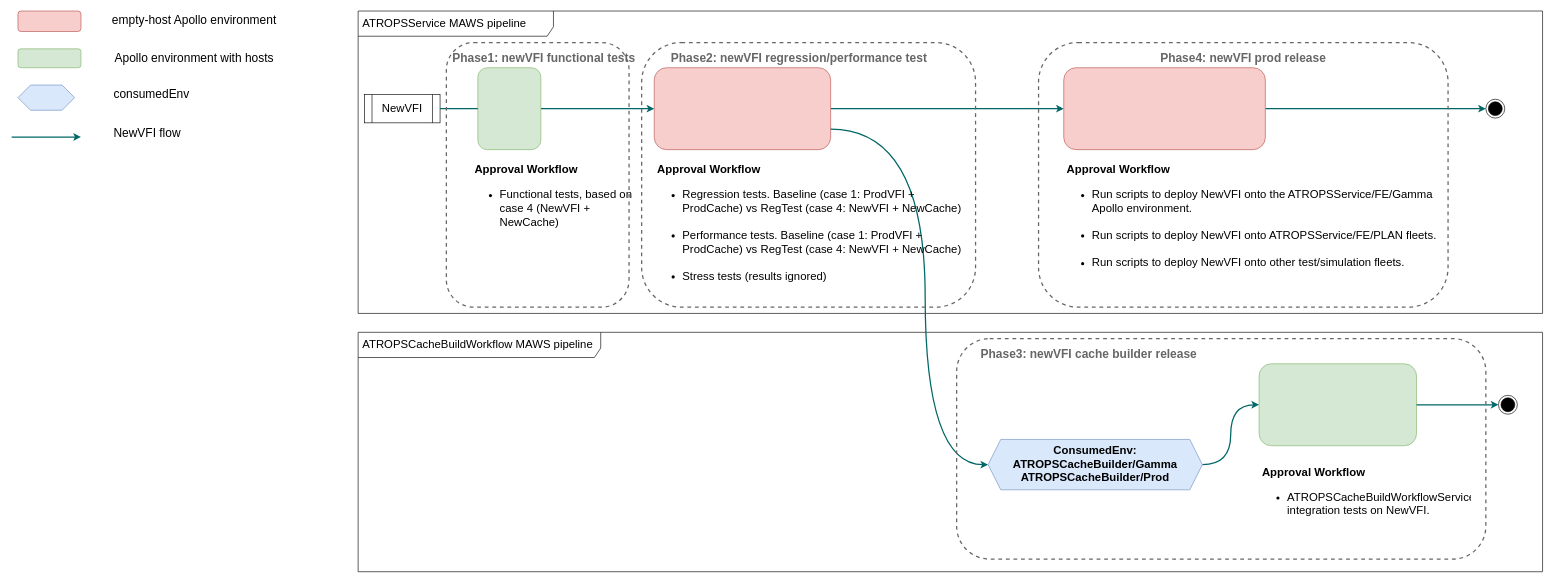
Earlier version of the draw.io diagram page "Current Pipeline Settings" (6 of 18) of NAWS_ready_two_pipelines.drawio (PQMeng/draw.io-source-files). Source tidied: cells renumbered, new cells numbered last; positions are measured from the earlier drawing's top-left corner, leaving out a move shared by most shapes. Both pictures are drawn from the tidied source at 63%, with x=0, y=0 at pixel (11, 11).
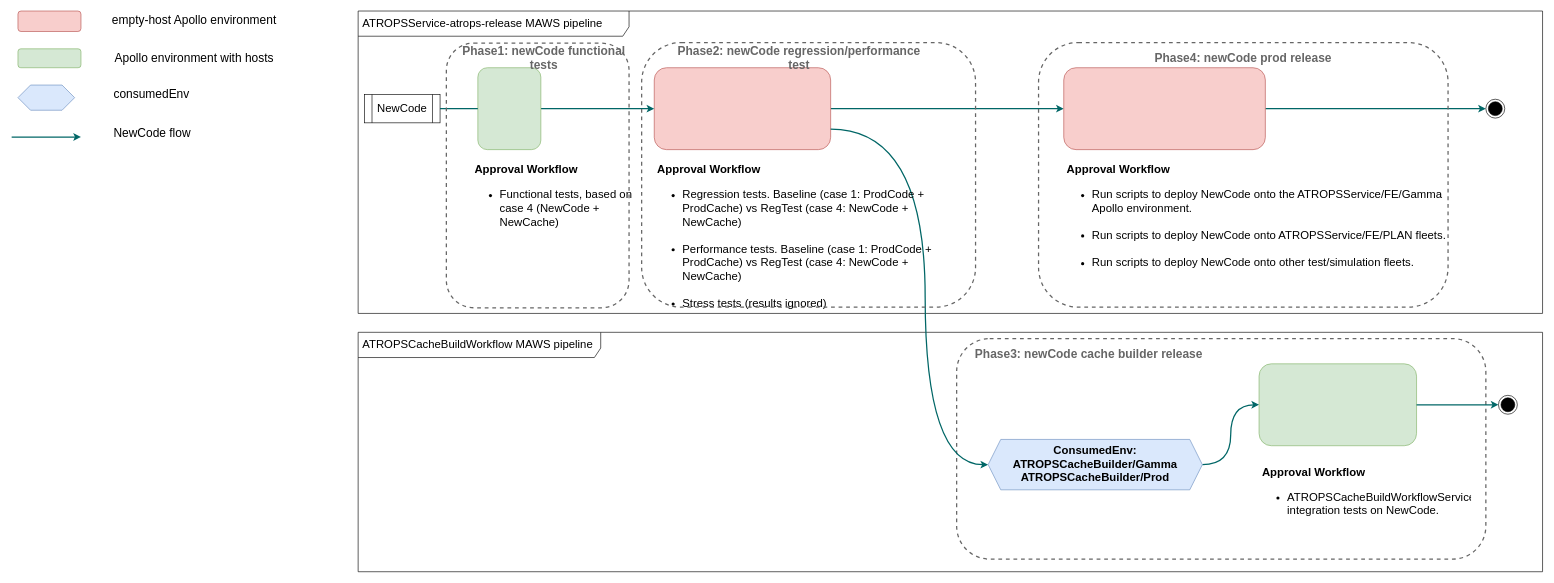
The same diagram, later.

What changed in the source:
```diff
@@
+    <mxCell id="30" style="rounded=1;whiteSpace=wrap;html=1;fontSize=19;strokeWidth=2;dashed=1;fillColor=none;fontColor=#333333;strokeColor=#666666;" parent="1" vertex="1">
+      <mxGeometry x="1500" y="520" width="840" height="350" as="geometry" />
+    </mxCell>
-    <mxCell id="2" value="ATROPSService MAWS pipeline" style="shape=umlFrame;whiteSpace=wrap;html=1;width=310;height=40;boundedLbl=1;verticalAlign=middle;align=left;spacingLeft=5;fontSize=18;" parent="1" vertex="1">
+    <mxCell id="2" value="ATROPSService-atrops-release MAWS pipeline" style="shape=umlFrame;whiteSpace=wrap;html=1;width=430;height=40;boundedLbl=1;verticalAlign=middle;align=left;spacingLeft=5;fontSize=18;" parent="1" vertex="1">
       <mxGeometry x="550" width="1880" height="480" as="geometry" />
     </mxCell>
@@
-    <mxCell id="13" value="NewVFI" style="shape=process;whiteSpace=wrap;html=1;backgroundOutline=1;fontSize=18;" parent="1" vertex="1">
+    <mxCell id="13" value="NewCode" style="shape=process;whiteSpace=wrap;html=1;backgroundOutline=1;fontSize=18;" parent="1" vertex="1">
       <mxGeometry x="560" y="132.5" width="120" height="45" as="geometry" />
     </mxCell>
@@
-    <mxCell id="17" value="&lt;h1 style=&quot;font-size: 18px&quot;&gt;&lt;font style=&quot;font-size: 18px&quot;&gt;Approval Workflow&lt;/font&gt;&lt;/h1&gt;&lt;p style=&quot;font-size: 18px&quot;&gt;&lt;ul&gt;&lt;li&gt;&lt;span&gt;Regression tests. Baseline (case 1: ProdVFI + ProdCache) vs RegTest (case 4: NewVFI + NewCache)&lt;br&gt;&lt;br&gt;&lt;/span&gt;&lt;/li&gt;&lt;li&gt;&lt;span style=&quot;font-size: 18px&quot;&gt;Performance tests. Baseline (case 1: ProdVFI + ProdCache) vs RegTest (case 4: NewVFI + NewCache)&lt;br&gt;&lt;br&gt;&lt;/span&gt;&lt;/li&gt;&lt;li&gt;&lt;span style=&quot;font-size: 18px&quot;&gt;Stress tests (results ignored)&lt;/span&gt;&lt;/li&gt;&lt;/ul&gt;&lt;/p&gt;" style="text;html=1;strokeColor=none;fillColor=none;spacing=5;spacingTop=-20;whiteSpace=wrap;overflow=hidden;rounded=0;fontSize=18;" parent="1" vertex="1">
+    <mxCell id="17" value="&lt;h1 style=&quot;font-size: 18px&quot;&gt;&lt;font style=&quot;font-size: 18px&quot;&gt;Approval Workflow&lt;/font&gt;&lt;/h1&gt;&lt;p style=&quot;font-size: 18px&quot;&gt;&lt;/p&gt;&lt;ul&gt;&lt;li&gt;&lt;span&gt;Regression tests. Baseline (case 1: ProdCode + ProdCache) vs RegTest (case 4: NewCode + NewCache)&lt;br&gt;&lt;br&gt;&lt;/span&gt;&lt;/li&gt;&lt;li&gt;&lt;span style=&quot;font-size: 18px&quot;&gt;Performance tests. Baseline (case 1: ProdCode + ProdCache) vs RegTest (case 4: NewCode + NewCache)&lt;br&gt;&lt;br&gt;&lt;/span&gt;&lt;/li&gt;&lt;li&gt;&lt;span style=&quot;font-size: 18px&quot;&gt;Stress tests (results ignored)&lt;/span&gt;&lt;/li&gt;&lt;/ul&gt;&lt;p&gt;&lt;/p&gt;" style="text;html=1;strokeColor=none;fillColor=none;spacing=5;spacingTop=-20;whiteSpace=wrap;overflow=hidden;rounded=0;fontSize=18;" parent="1" vertex="1">
       <mxGeometry x="1020" y="240" width="500" height="260" as="geometry" />
     </mxCell>
-    <mxCell id="18" value="&lt;h1 style=&quot;font-size: 18px&quot;&gt;&lt;font style=&quot;font-size: 18px&quot;&gt;Approval Workflow&lt;/font&gt;&lt;/h1&gt;&lt;p style=&quot;font-size: 18px&quot;&gt;&lt;ul&gt;&lt;li&gt;Run scripts to deploy NewVFI onto the ATROPSService/FE/Gamma Apollo environment.&lt;br&gt;&lt;br&gt;&lt;/li&gt;&lt;li&gt;&lt;span style=&quot;font-size: 18px&quot;&gt;Run scripts to deploy NewVFI onto ATROPSService/FE/PLAN fleets.&lt;br&gt;&lt;br&gt;&lt;/span&gt;&lt;/li&gt;&lt;li&gt;&lt;span style=&quot;font-size: 18px&quot;&gt;Run scripts to deploy NewVFI onto other test/simulation fleets.&lt;/span&gt;&lt;/li&gt;&lt;/ul&gt;&lt;/p&gt;&lt;span style=&quot;font-size: 18px&quot;&gt;&lt;br style=&quot;font-size: 18px&quot;&gt;&lt;/span&gt;" style="text;html=1;strokeColor=none;fillColor=none;spacing=5;spacingTop=-20;whiteSpace=wrap;overflow=hidden;rounded=0;fontSize=18;" parent="1" vertex="1">
+    <mxCell id="18" value="&lt;h1 style=&quot;font-size: 18px&quot;&gt;&lt;font style=&quot;font-size: 18px&quot;&gt;Approval Workflow&lt;/font&gt;&lt;/h1&gt;&lt;p style=&quot;font-size: 18px&quot;&gt;&lt;/p&gt;&lt;ul&gt;&lt;li&gt;Run scripts to deploy NewCode onto the ATROPSService/FE/Gamma Apollo environment.&lt;br&gt;&lt;br&gt;&lt;/li&gt;&lt;li&gt;&lt;span style=&quot;font-size: 18px&quot;&gt;Run scripts to deploy NewCode onto ATROPSService/FE/PLAN fleets.&lt;br&gt;&lt;br&gt;&lt;/span&gt;&lt;/li&gt;&lt;li&gt;&lt;span style=&quot;font-size: 18px&quot;&gt;Run scripts to deploy NewCode onto other test/simulation fleets.&lt;/span&gt;&lt;/li&gt;&lt;/ul&gt;&lt;p&gt;&lt;/p&gt;&lt;span style=&quot;font-size: 18px&quot;&gt;&lt;br style=&quot;font-size: 18px&quot;&gt;&lt;/span&gt;" style="text;html=1;strokeColor=none;fillColor=none;spacing=5;spacingTop=-20;whiteSpace=wrap;overflow=hidden;rounded=0;fontSize=18;" parent="1" vertex="1">
       <mxGeometry x="1670" y="240" width="640" height="260" as="geometry" />
     </mxCell>
-    <mxCell id="19" value="&lt;h1 style=&quot;font-size: 18px&quot;&gt;&lt;font style=&quot;font-size: 18px&quot;&gt;Approval Workflow&lt;/font&gt;&lt;/h1&gt;&lt;p style=&quot;font-size: 18px&quot;&gt;&lt;ul&gt;&lt;li&gt;ATROPSCacheBuildWorkflowService integration tests on NewVFI.&lt;/li&gt;&lt;/ul&gt;&lt;/p&gt;&lt;span style=&quot;font-size: 18px&quot;&gt;&lt;br style=&quot;font-size: 18px&quot;&gt;&lt;/span&gt;" style="text;html=1;strokeColor=none;fillColor=none;spacing=5;spacingTop=-20;whiteSpace=wrap;overflow=hidden;rounded=0;fontSize=18;" parent="1" vertex="1">
+    <mxCell id="19" value="&lt;h1 style=&quot;font-size: 18px&quot;&gt;&lt;font style=&quot;font-size: 18px&quot;&gt;Approval Workflow&lt;/font&gt;&lt;/h1&gt;&lt;p style=&quot;font-size: 18px&quot;&gt;&lt;/p&gt;&lt;ul&gt;&lt;li&gt;ATROPSCacheBuildWorkflowService integration tests on NewCode.&lt;/li&gt;&lt;/ul&gt;&lt;p&gt;&lt;/p&gt;&lt;span style=&quot;font-size: 18px&quot;&gt;&lt;br style=&quot;font-size: 18px&quot;&gt;&lt;/span&gt;" style="text;html=1;strokeColor=none;fillColor=none;spacing=5;spacingTop=-20;whiteSpace=wrap;overflow=hidden;rounded=0;fontSize=18;" parent="1" vertex="1">
       <mxGeometry x="1980" y="720" width="340" height="100" as="geometry" />
     </mxCell>
@@
-    <mxCell id="27" value="NewVFI flow" style="text;html=1;strokeColor=none;fillColor=none;align=left;verticalAlign=middle;whiteSpace=wrap;rounded=0;fontSize=19;" parent="1" vertex="1">
+    <mxCell id="27" value="NewCode flow" style="text;html=1;strokeColor=none;fillColor=none;align=left;verticalAlign=middle;whiteSpace=wrap;rounded=0;fontSize=19;" parent="1" vertex="1">
       <mxGeometry x="160" y="180" width="140" height="30" as="geometry" />
     </mxCell>
@@
-    <mxCell id="29" value="Phase4: newVFI prod release" style="text;html=1;strokeColor=none;fillColor=none;align=center;verticalAlign=middle;whiteSpace=wrap;rounded=0;dashed=1;fontSize=19;fontStyle=1;fontColor=#666666;" parent="1" vertex="1">
+    <mxCell id="29" value="Phase4: newCode prod release" style="text;html=1;strokeColor=none;fillColor=none;align=center;verticalAlign=middle;whiteSpace=wrap;rounded=0;dashed=1;fontSize=19;fontStyle=1;fontColor=#666666;" parent="1" vertex="1">
       <mxGeometry x="1800" y="60" width="310" height="30" as="geometry" />
     </mxCell>
-    <mxCell id="30" style="rounded=1;whiteSpace=wrap;html=1;fontSize=19;strokeWidth=2;dashed=1;fillColor=none;fontColor=#333333;strokeColor=#666666;" parent="1" vertex="1">
-      <mxGeometry x="1500" y="520" width="840" height="350" as="geometry" />
-    </mxCell>
-    <mxCell id="31" value="Phase3: newVFI cache builder release" style="text;html=1;strokeColor=none;fillColor=none;align=center;verticalAlign=middle;whiteSpace=wrap;rounded=0;dashed=1;fontSize=19;fontStyle=1;fontColor=#666666;" parent="1" vertex="1">
+    <mxCell id="31" value="Phase3: newCode cache builder release" style="text;html=1;strokeColor=none;fillColor=none;align=center;verticalAlign=middle;whiteSpace=wrap;rounded=0;dashed=1;fontSize=19;fontStyle=1;fontColor=#666666;" parent="1" vertex="1">
       <mxGeometry x="1520" y="530" width="380" height="30" as="geometry" />
     </mxCell>
-    <mxCell id="32" value="&lt;h1 style=&quot;font-size: 18px&quot;&gt;&lt;font style=&quot;font-size: 18px&quot;&gt;Approval Workflow&lt;/font&gt;&lt;/h1&gt;&lt;p style=&quot;font-size: 18px&quot;&gt;&lt;ul&gt;&lt;li&gt;Functional tests, based on case 4 (NewVFI + NewCache)&lt;/li&gt;&lt;/ul&gt;&lt;/p&gt;&lt;span style=&quot;font-size: 18px&quot;&gt;&lt;br style=&quot;font-size: 18px&quot;&gt;&lt;/span&gt;" style="text;html=1;strokeColor=none;fillColor=none;spacing=5;spacingTop=-20;whiteSpace=wrap;overflow=hidden;rounded=0;fontSize=18;" parent="1" vertex="1">
+    <mxCell id="32" value="&lt;h1 style=&quot;font-size: 18px&quot;&gt;&lt;font style=&quot;font-size: 18px&quot;&gt;Approval Workflow&lt;/font&gt;&lt;/h1&gt;&lt;p style=&quot;font-size: 18px&quot;&gt;&lt;/p&gt;&lt;ul&gt;&lt;li&gt;Functional tests, based on case 4 (NewCode + NewCache)&lt;/li&gt;&lt;/ul&gt;&lt;p&gt;&lt;/p&gt;&lt;span style=&quot;font-size: 18px&quot;&gt;&lt;br style=&quot;font-size: 18px&quot;&gt;&lt;/span&gt;" style="text;html=1;strokeColor=none;fillColor=none;spacing=5;spacingTop=-20;whiteSpace=wrap;overflow=hidden;rounded=0;fontSize=18;" parent="1" vertex="1">
       <mxGeometry x="730" y="240" width="260" height="130" as="geometry" />
     </mxCell>
@@
     <mxCell id="35" style="rounded=1;whiteSpace=wrap;html=1;fontSize=19;strokeWidth=2;dashed=1;fillColor=none;fontColor=#333333;strokeColor=#666666;" parent="1" vertex="1">
-      <mxGeometry x="690" y="50" width="290" height="420" as="geometry" />
+      <mxGeometry x="690" y="51" width="290" height="420" as="geometry" />
     </mxCell>
-    <mxCell id="36" value="Phase1: newVFI functional tests" style="text;html=1;strokeColor=none;fillColor=none;align=center;verticalAlign=middle;whiteSpace=wrap;rounded=0;dashed=1;fontSize=19;fontStyle=1;fontColor=#666666;" parent="1" vertex="1">
+    <mxCell id="36" value="Phase1: newCode functional tests" style="text;html=1;strokeColor=none;fillColor=none;align=center;verticalAlign=middle;whiteSpace=wrap;rounded=0;dashed=1;fontSize=19;fontStyle=1;fontColor=#666666;" parent="1" vertex="1">
       <mxGeometry x="690" y="60" width="310" height="30" as="geometry" />
     </mxCell>
@@
-    <mxCell id="38" value="Phase2: newVFI regression/performance test" style="text;html=1;strokeColor=none;fillColor=none;align=center;verticalAlign=middle;whiteSpace=wrap;rounded=0;dashed=1;fontSize=19;fontStyle=1;fontColor=#666666;" parent="1" vertex="1">
+    <mxCell id="38" value="Phase2: newCode regression/performance test" style="text;html=1;strokeColor=none;fillColor=none;align=center;verticalAlign=middle;whiteSpace=wrap;rounded=0;dashed=1;fontSize=19;fontStyle=1;fontColor=#666666;" parent="1" vertex="1">
       <mxGeometry x="1040" y="60" width="420" height="30" as="geometry" />
     </mxCell>
```
